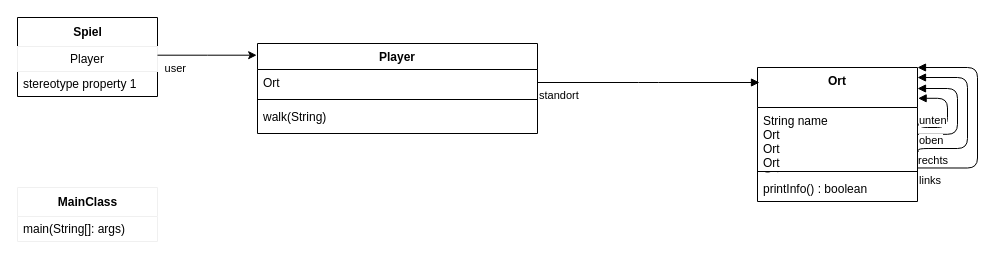
Above: class_diagram.drawio in EuroBlue/adventure (draw.io), before the change. Source tidied: cells renumbered, new cells numbered last; positions are measured from the earlier drawing's top-left corner, leaving out a move shared by most shapes. Both pictures are drawn from the tidied source at 100%, with x=0, y=0 at pixel (17, 17).
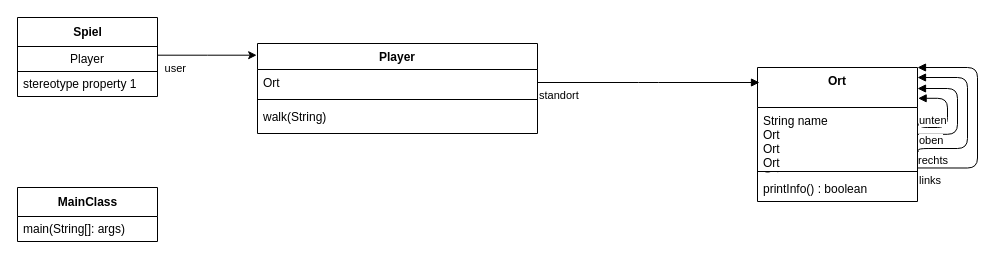
The same page after the edit.

Change to the diagram source:
```diff
@@
-    <mxCell id="15" value="Spiel" style="swimlane;fontStyle=1;align=center;verticalAlign=middle;horizontal=1;startSize=29;html=1;" parent="1" vertex="1">
+    <mxCell id="15" value="Spiel" style="swimlane;fontStyle=1;align=center;verticalAlign=middle;horizontal=1;startSize=29;html=1;strokeColor=#000000;" parent="1" vertex="1">
       <mxGeometry width="140" height="79" as="geometry" />
     </mxCell>
-    <mxCell id="16" value="Player" style="text;html=1;fillColor=none;align=center;verticalAlign=middle;spacingLeft=4;spacingRight=4;overflow=hidden;points=[[0,0.5],[1,0.5]];portConstraint=eastwest;strokeColor=#f0f0f0;" parent="15" vertex="1">
+    <mxCell id="16" value="Player" style="text;html=1;fillColor=none;align=center;verticalAlign=middle;spacingLeft=4;spacingRight=4;overflow=hidden;points=[[0,0.5],[1,0.5]];portConstraint=eastwest;strokeColor=#000000;" parent="15" vertex="1">
       <mxGeometry y="29" width="140" height="25" as="geometry" />
     </mxCell>
@@
-    <mxCell id="19" value="MainClass" style="swimlane;fontStyle=1;align=center;verticalAlign=middle;horizontal=1;startSize=29;html=1;fontFamily=Helvetica;strokeColor=#f0f0f0;" parent="1" vertex="1">
+    <mxCell id="19" value="MainClass" style="swimlane;fontStyle=1;align=center;verticalAlign=middle;horizontal=1;startSize=29;html=1;fontFamily=Helvetica;strokeColor=#000000;" parent="1" vertex="1">
       <mxGeometry y="170" width="140" height="54" as="geometry" />
     </mxCell>
```
